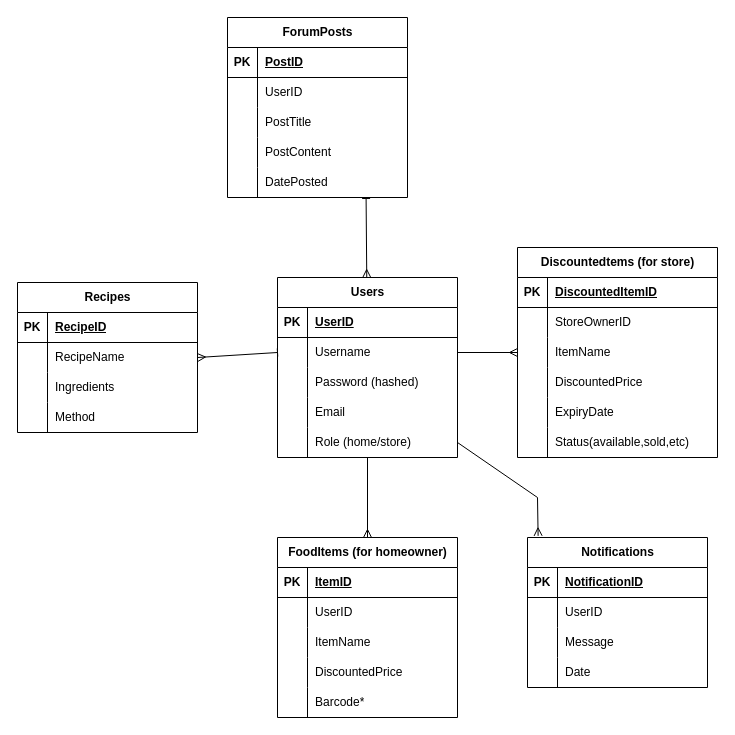
The draw.io diagram Untitled Diagram.drawio in Benjameslane/FreshKeep_FlexApp, before the edit. Source tidied: cells renumbered, new cells numbered last; positions are measured from the earlier drawing's top-left corner, leaving out a move shared by most shapes. Both pictures are drawn from the tidied source at 100%, with x=0, y=0 at pixel (17, 17).
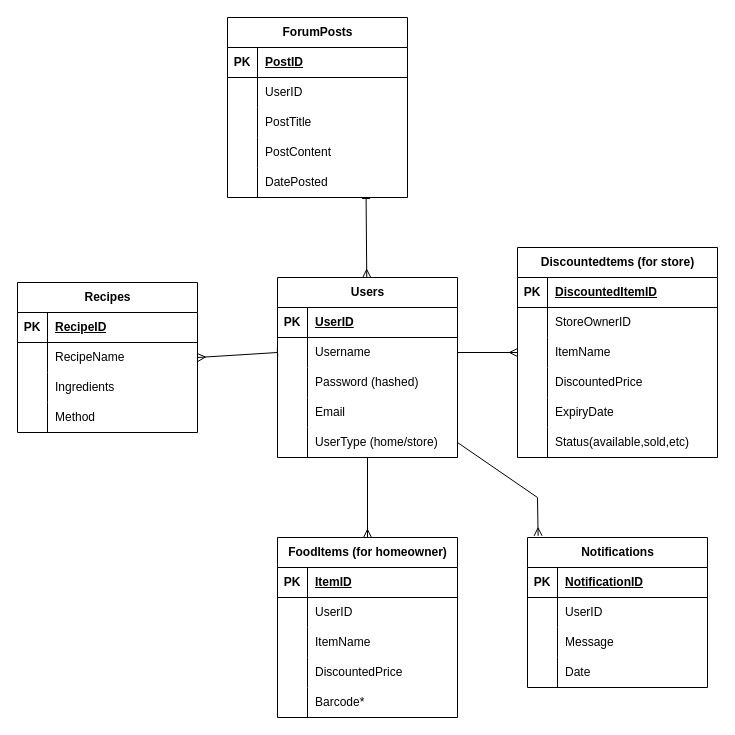
Above is the later version.

The change refers to these unchanged cells:
```xml
<mxCell id="16" style="shape=tableRow;horizontal=0;startSize=0;swimlaneHead=0;swimlaneBody=0;fillColor=none;points=[[0,0.5],[1,0.5]];portConstraint=eastwest;top=0;left=0;right=0;bottom=0;" parent="3" vertex="1">
  <mxGeometry y="150" width="180" height="30" as="geometry" />
</mxCell>
```

The edit, as a diff of the source:
```diff
@@
-    <mxCell id="18" value="Role (home/store)" style="shape=partialRectangle;fillColor=none;top=0;left=0;bottom=0;right=0;align=left;spacingLeft=6;overflow=hidden;whiteSpace=wrap;html=1;" parent="16" vertex="1">
+    <mxCell id="18" value="UserType (home/store)" style="shape=partialRectangle;fillColor=none;top=0;left=0;bottom=0;right=0;align=left;spacingLeft=6;overflow=hidden;whiteSpace=wrap;html=1;" parent="16" vertex="1">
       <mxGeometry x="30" width="150" height="30" as="geometry" />
     </mxCell>
```
